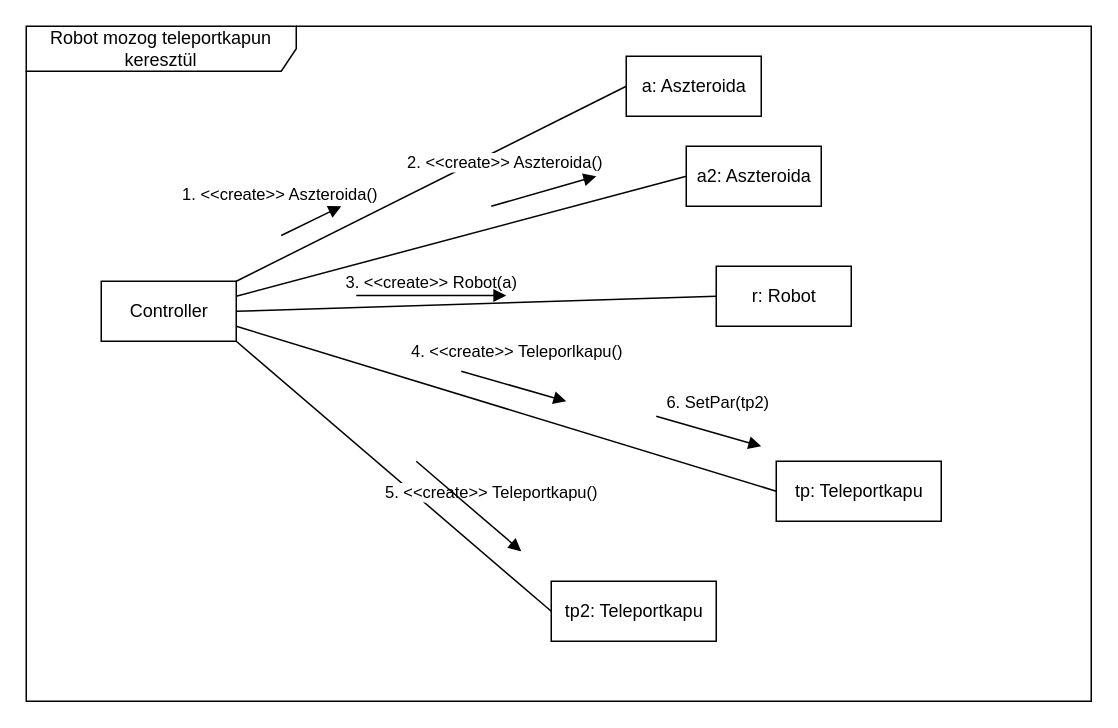
Earlier version of the draw.io diagram page "robot_komm_diag" (3 of 5) of doc/uml/szekvencia_tpkapu.drawio (torpeBoiGo/aszteroidabanyaszat). Source tidied: cells renumbered, new cells numbered last; positions are measured from the earlier drawing's top-left corner, leaving out a move shared by most shapes. Both pictures are drawn from the tidied source at 150%, with x=0, y=0 at pixel (26, 26).
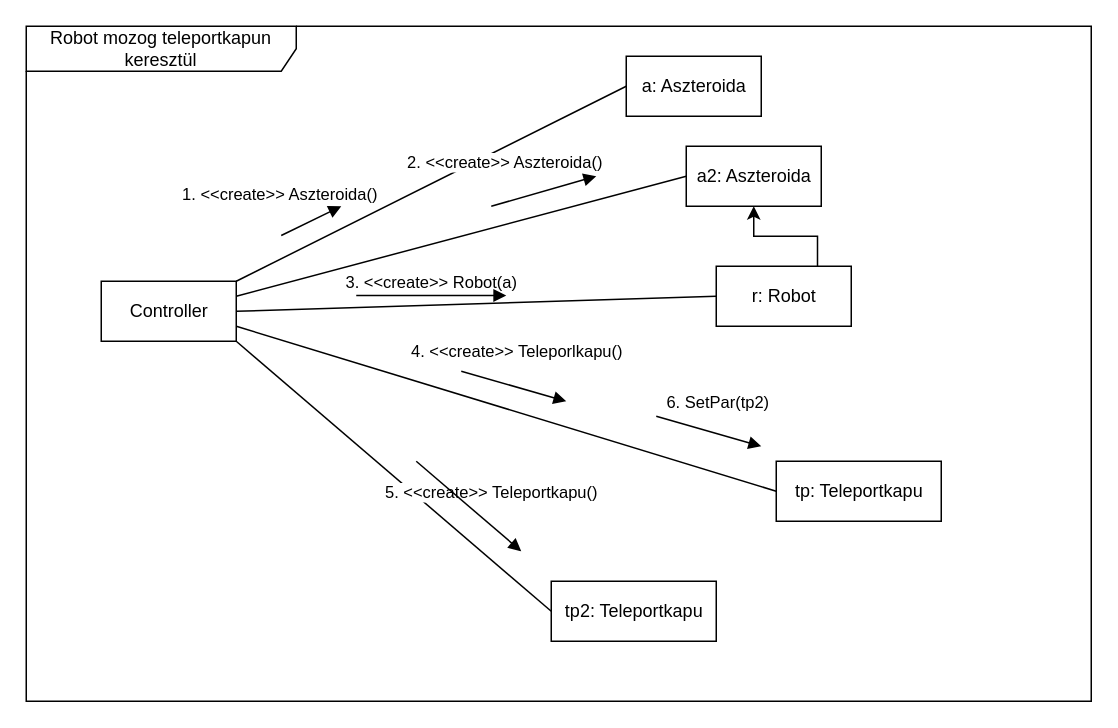
The same page after the edit.

Unchanged cells that the change refers to:
```xml
<mxCell id="3" value="r: Robot" style="html=1;" parent="1" vertex="1">
  <mxGeometry x="460" y="160" width="90" height="40" as="geometry" />
</mxCell>
<mxCell id="11" value="a2: Aszteroida" style="html=1;" parent="1" vertex="1">
  <mxGeometry x="440" y="80" width="90" height="40" as="geometry" />
</mxCell>
```

The edit, as a diff of the source:
```diff
@@
+    <mxCell id="22" style="edgeStyle=orthogonalEdgeStyle;rounded=0;jettySize=auto;html=1;exitX=0.75;exitY=0;exitDx=0;exitDy=0;entryX=0.5;entryY=1;entryDx=0;entryDy=0;" parent="1" edge="1" source="3" target="11">
+      <mxGeometry relative="1" as="geometry" />
+    </mxCell>
```
